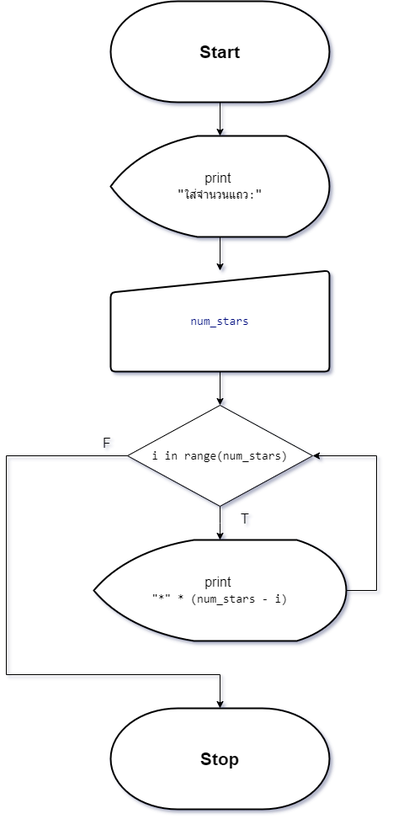
Before: asset/F_png_file/sp_3.drawio.png, a diagram exported from draw.io (TeaplusSsuwan/graphic_code). Source tidied: cells renumbered, new cells last; positions are measured from the earlier drawing's top-left corner, leaving out a move shared by most shapes.
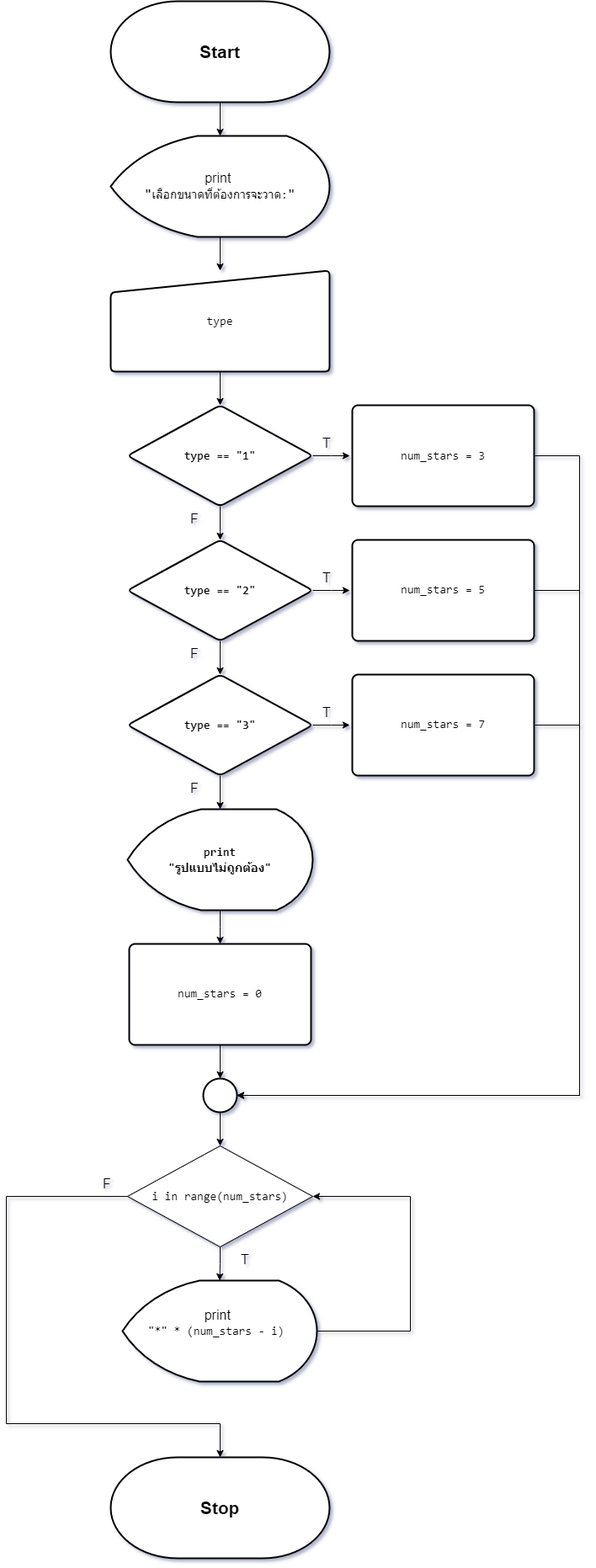
The same diagram one commit later.

What changed in the source:
```diff
@@ -8,54 +8,163 @@
     <mxCell id="3" style="edgeStyle=orthogonalEdgeStyle;rounded=0;jettySize=auto;html=1;entryX=0.5;entryY=0;entryDx=0;entryDy=0;" parent="1" edge="1" source="4" target="7">
       <mxGeometry relative="1" as="geometry" />
     </mxCell>
-    <mxCell id="4" value="&lt;font style=&quot;font-size: 16px;&quot;&gt;print&amp;nbsp;&lt;/font&gt;&lt;div&gt;&lt;span style=&quot;font-family: Consolas, &amp;quot;Courier New&amp;quot;, monospace; white-space: pre;&quot;&gt;&lt;font style=&quot;font-size: 16px;&quot;&gt;&quot;&lt;/font&gt;&lt;/span&gt;&lt;span style=&quot;background-color: rgb(255, 255, 255); font-family: Consolas, &amp;quot;Courier New&amp;quot;, monospace; font-size: 14px; white-space: pre;&quot;&gt;ใส่จำนวนแถว:&lt;/span&gt;&lt;span style=&quot;font-family: Consolas, &amp;quot;Courier New&amp;quot;, monospace; font-size: 16px; white-space: pre; background-color: initial;&quot;&gt;&quot;&lt;/span&gt;&lt;br&gt;&lt;/div&gt;" style="strokeWidth=2;html=1;shape=mxgraph.flowchart.display;whiteSpace=wrap;" parent="1" vertex="1">
+    <mxCell id="4" value="&lt;font style=&quot;font-size: 16px;&quot;&gt;print&amp;nbsp;&lt;/font&gt;&lt;div&gt;&lt;span style=&quot;font-family: Consolas, &amp;quot;Courier New&amp;quot;, monospace; white-space: pre;&quot;&gt;&lt;font style=&quot;font-size: 16px;&quot;&gt;&quot;&lt;/font&gt;&lt;/span&gt;&lt;span style=&quot;font-family: Consolas, &amp;quot;Courier New&amp;quot;, monospace; font-size: 14px; white-space: pre;&quot;&gt;เลือกขนาดที่ต้องการจะวาด&lt;/span&gt;&lt;span style=&quot;font-family: Consolas, &amp;quot;Courier New&amp;quot;, monospace; font-size: 14px; white-space: pre;&quot;&gt;:&lt;/span&gt;&lt;span style=&quot;font-family: Consolas, &amp;quot;Courier New&amp;quot;, monospace; font-size: 16px; white-space: pre;&quot;&gt;&quot;&lt;/span&gt;&lt;br&gt;&lt;/div&gt;" style="strokeWidth=2;html=1;shape=mxgraph.flowchart.display;whiteSpace=wrap;" parent="1" vertex="1">
       <mxGeometry x="124" y="160" width="260" height="120" as="geometry" />
     </mxCell>
     <mxCell id="5" style="edgeStyle=orthogonalEdgeStyle;rounded=0;jettySize=auto;html=1;entryX=0.5;entryY=0;entryDx=0;entryDy=0;entryPerimeter=0;" parent="1" edge="1" source="2" target="4">
       <mxGeometry relative="1" as="geometry" />
     </mxCell>
-    <mxCell id="6" style="edgeStyle=orthogonalEdgeStyle;rounded=0;jettySize=auto;html=1;" parent="1" edge="1" source="7" target="12">
-      <mxGeometry relative="1" as="geometry" />
-    </mxCell>
+    <mxCell id="16" style="edgeStyle=orthogonalEdgeStyle;rounded=0;jettySize=auto;html=1;" parent="1" edge="1" source="7" target="19">
+      <mxGeometry relative="1" as="geometry" />
+    </mxCell>
-    <mxCell id="7" value="&lt;div style=&quot;font-size: 16px;&quot;&gt;&lt;div style=&quot;font-family: Consolas, &amp;quot;Courier New&amp;quot;, monospace; font-size: 14px; line-height: 19px; white-space: pre;&quot;&gt;&lt;div style=&quot;background-color: rgb(255, 255, 255); line-height: 19px;&quot;&gt;&lt;span style=&quot;color: #001080;&quot;&gt;num_stars&lt;/span&gt;&lt;/div&gt;&lt;/div&gt;&lt;/div&gt;" style="html=1;strokeWidth=2;shape=manualInput;whiteSpace=wrap;rounded=1;size=26;arcSize=11;" parent="1" vertex="1">
+    <mxCell id="7" value="&lt;div style=&quot;font-size: 16px;&quot;&gt;&lt;div style=&quot;font-family: Consolas, &amp;quot;Courier New&amp;quot;, monospace; font-size: 14px; line-height: 19px; white-space: pre;&quot;&gt;&lt;div style=&quot;line-height: 19px;&quot;&gt;&lt;div style=&quot;line-height: 19px;&quot;&gt;type&lt;/div&gt;&lt;/div&gt;&lt;/div&gt;&lt;/div&gt;" style="html=1;strokeWidth=2;shape=manualInput;whiteSpace=wrap;rounded=1;size=26;arcSize=11;" parent="1" vertex="1">
       <mxGeometry x="124" y="320" width="260" height="120" as="geometry" />
     </mxCell>
-    <mxCell id="8" style="edgeStyle=orthogonalEdgeStyle;rounded=0;jettySize=auto;html=1;entryX=1;entryY=0.5;entryDx=0;entryDy=0;" parent="1" edge="1" source="9" target="12">
-      <mxGeometry relative="1" as="geometry">
-        <Array as="points">
-          <mxPoint x="440" y="700" />
-          <mxPoint x="440" y="540" />
-        </Array>
-      </mxGeometry>
-    </mxCell>
-    <mxCell id="9" value="&lt;font style=&quot;font-size: 16px;&quot;&gt;print&amp;nbsp;&lt;/font&gt;&lt;div&gt;&lt;div style=&quot;font-family: Consolas, &amp;quot;Courier New&amp;quot;, monospace; font-size: 14px; line-height: 19px; white-space: pre;&quot;&gt;&lt;div style=&quot;line-height: 19px;&quot;&gt;&quot;*&quot; * (num_stars - i)&lt;/div&gt;&lt;/div&gt;&lt;/div&gt;" style="strokeWidth=2;html=1;shape=mxgraph.flowchart.display;whiteSpace=wrap;" parent="1" vertex="1">
-      <mxGeometry x="104" y="640" width="300" height="120" as="geometry" />
-    </mxCell>
     <mxCell id="10" value="&lt;font style=&quot;font-size: 21px;&quot;&gt;&lt;b&gt;Stop&lt;/b&gt;&lt;/font&gt;" style="strokeWidth=2;html=1;shape=mxgraph.flowchart.terminator;whiteSpace=wrap;" parent="1" vertex="1">
-      <mxGeometry x="124" y="840" width="260" height="120" as="geometry" />
+      <mxGeometry x="124" y="1730" width="260" height="120" as="geometry" />
     </mxCell>
-    <mxCell id="11" style="edgeStyle=orthogonalEdgeStyle;rounded=0;jettySize=auto;html=1;" parent="1" edge="1" source="12">
-      <mxGeometry relative="1" as="geometry">
-        <mxPoint x="254" y="640" as="targetPoint" />
-      </mxGeometry>
+    <mxCell id="11" style="edgeStyle=orthogonalEdgeStyle;rounded=0;jettySize=auto;html=1;" parent="1" edge="1" source="12" target="9">
+      <mxGeometry relative="1" as="geometry" />
     </mxCell>
     <mxCell id="12" value="&lt;div style=&quot;background-color: rgb(255, 255, 255); font-family: Consolas, &amp;quot;Courier New&amp;quot;, monospace; font-size: 14px; line-height: 19px; white-space: pre;&quot;&gt;i in range(num_stars)&lt;/div&gt;" style="rhombus;whiteSpace=wrap;html=1;" parent="1" vertex="1">
-      <mxGeometry x="144" y="480" width="220" height="120" as="geometry" />
+      <mxGeometry x="144" y="1360" width="220" height="120" as="geometry" />
     </mxCell>
+    <mxCell id="8" style="edgeStyle=orthogonalEdgeStyle;rounded=0;jettySize=auto;html=1;entryX=1;entryY=0.5;entryDx=0;entryDy=0;" parent="1" edge="1" source="9" target="12">
+      <mxGeometry relative="1" as="geometry">
+        <Array as="points">
+          <mxPoint x="480" y="1580" />
+          <mxPoint x="480" y="1420" />
+        </Array>
+      </mxGeometry>
+    </mxCell>
+    <mxCell id="9" value="&lt;font style=&quot;font-size: 16px;&quot;&gt;print&amp;nbsp;&lt;/font&gt;&lt;div&gt;&lt;div style=&quot;font-family: Consolas, &amp;quot;Courier New&amp;quot;, monospace; font-size: 14px; line-height: 19px; white-space: pre;&quot;&gt;&quot;*&quot; * (num_stars - i) &lt;br&gt;&lt;/div&gt;&lt;div style=&quot;font-family: Consolas, &amp;quot;Courier New&amp;quot;, monospace; font-size: 14px; line-height: 19px; white-space: pre;&quot;&gt; &lt;/div&gt;&lt;/div&gt;" style="strokeWidth=2;html=1;shape=mxgraph.flowchart.display;whiteSpace=wrap;" parent="1" vertex="1">
+      <mxGeometry x="138" y="1520" width="231" height="120" as="geometry" />
+    </mxCell>
     <mxCell id="13" style="edgeStyle=orthogonalEdgeStyle;rounded=0;jettySize=auto;html=1;entryX=0.5;entryY=0;entryDx=0;entryDy=0;entryPerimeter=0;exitX=0;exitY=0.5;exitDx=0;exitDy=0;" parent="1" edge="1" source="12" target="10">
       <mxGeometry relative="1" as="geometry">
         <Array as="points">
-          <mxPoint y="540" />
-          <mxPoint y="800" />
-          <mxPoint x="254" y="800" />
+          <mxPoint y="1420" />
+          <mxPoint y="1690" />
+          <mxPoint x="254" y="1690" />
         </Array>
       </mxGeometry>
     </mxCell>
     <mxCell id="14" value="T" style="text;html=1;align=center;verticalAlign=middle;whiteSpace=wrap;rounded=0;fontSize=16;fontStyle=0;" parent="1" vertex="1">
-      <mxGeometry x="254" y="600" width="60" height="30" as="geometry" />
+      <mxGeometry x="254" y="1480" width="60" height="30" as="geometry" />
     </mxCell>
     <mxCell id="15" value="F" style="text;html=1;align=center;verticalAlign=middle;whiteSpace=wrap;rounded=0;fontSize=16;fontStyle=0;" parent="1" vertex="1">
-      <mxGeometry x="90" y="510" width="60" height="30" as="geometry" />
+      <mxGeometry x="90" y="1390" width="60" height="30" as="geometry" />
     </mxCell>
+    <mxCell id="17" style="edgeStyle=orthogonalEdgeStyle;rounded=0;jettySize=auto;html=1;labelBackgroundColor=none;fontColor=default;fontSize=14;fontStyle=1;exitX=1;exitY=0;exitDx=0;exitDy=0;" parent="1" edge="1" source="36" target="22">
+      <mxGeometry relative="1" as="geometry">
+        <Array as="points">
+          <mxPoint x="254" y="630" />
+          <mxPoint x="254" y="630" />
+        </Array>
+      </mxGeometry>
+    </mxCell>
+    <mxCell id="18" style="edgeStyle=orthogonalEdgeStyle;rounded=0;jettySize=auto;html=1;labelBackgroundColor=none;fontColor=default;fontSize=14;fontStyle=1;" parent="1" edge="1" source="19">
+      <mxGeometry relative="1" as="geometry">
+        <mxPoint x="408" y="540" as="targetPoint" />
+      </mxGeometry>
+    </mxCell>
+    <mxCell id="19" value="&lt;br style=&quot;font-size: 14px;&quot;&gt;&lt;div style=&quot;font-family: Consolas, &amp;quot;Courier New&amp;quot;, monospace; font-size: 14px; line-height: 19px; white-space: pre;&quot;&gt;&lt;div style=&quot;font-size: 14px;&quot;&gt;&lt;span style=&quot;font-size: 14px;&quot;&gt;type&lt;/span&gt;&lt;span style=&quot;font-size: 14px;&quot;&gt; == &lt;/span&gt;&lt;span style=&quot;font-size: 14px;&quot;&gt;&quot;1&quot;&lt;/span&gt;&lt;/div&gt;&lt;/div&gt;&lt;div style=&quot;font-size: 14px;&quot;&gt;&lt;br style=&quot;font-size: 14px;&quot;&gt;&lt;/div&gt;" style="rhombus;whiteSpace=wrap;html=1;strokeWidth=2;rounded=1;arcSize=11;labelBackgroundColor=none;fontColor=default;fontSize=14;fontStyle=1;" parent="1" vertex="1">
+      <mxGeometry x="144" y="480" width="220" height="120" as="geometry" />
+    </mxCell>
+    <mxCell id="20" style="edgeStyle=orthogonalEdgeStyle;rounded=0;jettySize=auto;html=1;labelBackgroundColor=none;fontColor=default;fontSize=14;fontStyle=1;" parent="1" edge="1" source="22" target="25">
+      <mxGeometry relative="1" as="geometry" />
+    </mxCell>
+    <mxCell id="21" style="edgeStyle=orthogonalEdgeStyle;rounded=0;jettySize=auto;html=1;labelBackgroundColor=none;fontColor=default;fontSize=14;fontStyle=1;" parent="1" edge="1" source="22">
+      <mxGeometry relative="1" as="geometry">
+        <mxPoint x="408" y="700" as="targetPoint" />
+      </mxGeometry>
+    </mxCell>
+    <mxCell id="22" value="&lt;br style=&quot;font-size: 14px;&quot;&gt;&lt;div style=&quot;font-family: Consolas, &amp;quot;Courier New&amp;quot;, monospace; font-size: 14px; line-height: 19px; white-space: pre;&quot;&gt;&lt;div style=&quot;font-size: 14px;&quot;&gt;&lt;span style=&quot;font-size: 14px;&quot;&gt;type&lt;/span&gt;&lt;span style=&quot;font-size: 14px;&quot;&gt; == &lt;/span&gt;&lt;span style=&quot;font-size: 14px;&quot;&gt;&quot;2&quot;&lt;/span&gt;&lt;/div&gt;&lt;/div&gt;&lt;div style=&quot;font-size: 14px;&quot;&gt;&lt;br style=&quot;font-size: 14px;&quot;&gt;&lt;/div&gt;" style="rhombus;whiteSpace=wrap;html=1;strokeWidth=2;rounded=1;arcSize=11;labelBackgroundColor=none;fontColor=default;fontSize=14;fontStyle=1;" parent="1" vertex="1">
+      <mxGeometry x="144" y="640" width="220" height="120" as="geometry" />
+    </mxCell>
+    <mxCell id="23" style="edgeStyle=orthogonalEdgeStyle;rounded=0;jettySize=auto;html=1;labelBackgroundColor=none;fontColor=default;fontSize=14;fontStyle=1;" parent="1" edge="1" source="25">
+      <mxGeometry relative="1" as="geometry">
+        <mxPoint x="408" y="860" as="targetPoint" />
+      </mxGeometry>
+    </mxCell>
+    <mxCell id="24" style="edgeStyle=orthogonalEdgeStyle;rounded=0;jettySize=auto;html=1;" parent="1" edge="1" source="25" target="27">
+      <mxGeometry relative="1" as="geometry" />
+    </mxCell>
+    <mxCell id="25" value="&lt;br style=&quot;font-size: 14px;&quot;&gt;&lt;div style=&quot;font-family: Consolas, &amp;quot;Courier New&amp;quot;, monospace; font-size: 14px; line-height: 19px; white-space: pre;&quot;&gt;&lt;div style=&quot;font-size: 14px;&quot;&gt;&lt;span style=&quot;font-size: 14px;&quot;&gt;type&lt;/span&gt;&lt;span style=&quot;font-size: 14px;&quot;&gt; == &lt;/span&gt;&lt;span style=&quot;font-size: 14px;&quot;&gt;&quot;3&quot;&lt;/span&gt;&lt;/div&gt;&lt;/div&gt;&lt;div style=&quot;font-size: 14px;&quot;&gt;&lt;br style=&quot;font-size: 14px;&quot;&gt;&lt;/div&gt;" style="rhombus;whiteSpace=wrap;html=1;strokeWidth=2;rounded=1;arcSize=11;labelBackgroundColor=none;fontColor=default;fontSize=14;fontStyle=1;" parent="1" vertex="1">
+      <mxGeometry x="144" y="800" width="220" height="120" as="geometry" />
+    </mxCell>
+    <mxCell id="26" style="edgeStyle=orthogonalEdgeStyle;rounded=0;jettySize=auto;html=1;entryX=0.5;entryY=0;entryDx=0;entryDy=0;labelBackgroundColor=none;fontColor=default;fontSize=14;fontStyle=1;" parent="1" edge="1" source="27">
+      <mxGeometry relative="1" as="geometry">
+        <mxPoint x="254" y="1120" as="targetPoint" />
+      </mxGeometry>
+    </mxCell>
+    <mxCell id="27" value="&lt;div style=&quot;font-family: Consolas, &amp;quot;Courier New&amp;quot;, monospace; font-size: 14px; line-height: 19px; white-space: pre;&quot;&gt;&lt;div style=&quot;line-height: 19px; font-size: 14px;&quot;&gt;&lt;span style=&quot;font-size: 14px;&quot;&gt;print&lt;/span&gt;&lt;/div&gt;&lt;/div&gt;&lt;div style=&quot;font-family: Consolas, &amp;quot;Courier New&amp;quot;, monospace; font-size: 14px; line-height: 19px; white-space: pre;&quot;&gt;&lt;span style=&quot;font-size: 14px;&quot;&gt;&quot;รูปแบบไม่ถูกต้อง&quot;&lt;/span&gt;&lt;/div&gt;" style="strokeWidth=2;html=1;shape=mxgraph.flowchart.display;whiteSpace=wrap;labelBackgroundColor=none;fontColor=default;fontSize=14;fontStyle=1;" parent="1" vertex="1">
+      <mxGeometry x="144" y="960" width="220" height="120" as="geometry" />
+    </mxCell>
+    <mxCell id="28" style="edgeStyle=orthogonalEdgeStyle;rounded=0;jettySize=auto;html=1;entryX=1;entryY=0.5;entryDx=0;entryDy=0;" parent="1" edge="1" target="32">
+      <mxGeometry relative="1" as="geometry">
+        <mxPoint x="628" y="540" as="sourcePoint" />
+        <Array as="points">
+          <mxPoint x="681" y="540" />
+          <mxPoint x="681" y="1300" />
+        </Array>
+      </mxGeometry>
+    </mxCell>
+    <mxCell id="29" style="edgeStyle=orthogonalEdgeStyle;rounded=0;jettySize=auto;html=1;entryX=1;entryY=0.5;entryDx=0;entryDy=0;exitX=1;exitY=0.5;exitDx=0;exitDy=0;" parent="1" edge="1" source="40" target="32">
+      <mxGeometry relative="1" as="geometry">
+        <Array as="points">
+          <mxPoint x="681" y="700" />
+          <mxPoint x="681" y="1300" />
+        </Array>
+      </mxGeometry>
+    </mxCell>
+    <mxCell id="30" style="edgeStyle=orthogonalEdgeStyle;rounded=0;jettySize=auto;html=1;entryX=1;entryY=0.5;entryDx=0;entryDy=0;" parent="1" edge="1" target="32">
+      <mxGeometry relative="1" as="geometry">
+        <mxPoint x="628" y="860" as="sourcePoint" />
+        <Array as="points">
+          <mxPoint x="681" y="860" />
+          <mxPoint x="681" y="1300" />
+        </Array>
+      </mxGeometry>
+    </mxCell>
+    <mxCell id="31" style="edgeStyle=orthogonalEdgeStyle;rounded=0;jettySize=auto;html=1;" parent="1" edge="1" source="32" target="12">
+      <mxGeometry relative="1" as="geometry" />
+    </mxCell>
+    <mxCell id="32" style="ellipse;whiteSpace=wrap;html=1;strokeWidth=2;labelBackgroundColor=none;fontColor=default;fontSize=14;fontStyle=1;" parent="1" vertex="1">
+      <mxGeometry x="234" y="1280" width="40" height="40" as="geometry" />
+    </mxCell>
+    <mxCell id="33" value="T" style="text;html=1;align=center;verticalAlign=middle;whiteSpace=wrap;rounded=0;fontSize=16;" parent="1" vertex="1">
+      <mxGeometry x="351" y="510" width="60" height="30" as="geometry" />
+    </mxCell>
+    <mxCell id="34" value="T" style="text;html=1;align=center;verticalAlign=middle;whiteSpace=wrap;rounded=0;fontSize=16;" parent="1" vertex="1">
+      <mxGeometry x="351" y="670" width="60" height="30" as="geometry" />
+    </mxCell>
+    <mxCell id="35" value="T" style="text;html=1;align=center;verticalAlign=middle;whiteSpace=wrap;rounded=0;fontSize=16;" parent="1" vertex="1">
+      <mxGeometry x="351" y="830" width="60" height="30" as="geometry" />
+    </mxCell>
+    <mxCell id="36" value="F" style="text;html=1;align=center;verticalAlign=middle;whiteSpace=wrap;rounded=0;fontSize=16;" parent="1" vertex="1">
+      <mxGeometry x="194" y="600" width="60" height="30" as="geometry" />
+    </mxCell>
+    <mxCell id="37" value="F" style="text;html=1;align=center;verticalAlign=middle;whiteSpace=wrap;rounded=0;fontSize=16;" parent="1" vertex="1">
+      <mxGeometry x="194" y="760" width="60" height="30" as="geometry" />
+    </mxCell>
+    <mxCell id="38" value="F" style="text;html=1;align=center;verticalAlign=middle;whiteSpace=wrap;rounded=0;fontSize=16;" parent="1" vertex="1">
+      <mxGeometry x="194" y="920" width="60" height="30" as="geometry" />
+    </mxCell>
+    <mxCell id="39" value="&lt;div style=&quot;font-family: Consolas, &amp;quot;Courier New&amp;quot;, monospace; font-size: 14px; line-height: 19px; white-space: pre;&quot;&gt;&lt;span style=&quot;background-color: rgb(255, 255, 255);&quot;&gt;num_stars = 3&lt;/span&gt;&lt;/div&gt;" style="rounded=1;whiteSpace=wrap;html=1;absoluteArcSize=1;arcSize=14;strokeWidth=2;" parent="1" vertex="1">
+      <mxGeometry x="411" y="480" width="216" height="120" as="geometry" />
+    </mxCell>
+    <mxCell id="40" value="&lt;span style=&quot;font-family: Consolas, &amp;quot;Courier New&amp;quot;, monospace; font-size: 14px; white-space: pre; background-color: rgb(255, 255, 255);&quot;&gt;num_stars&lt;/span&gt;&lt;span style=&quot;font-family: Consolas, &amp;quot;Courier New&amp;quot;, monospace; font-size: 14px; white-space: pre; background-color: rgb(255, 255, 255);&quot;&gt; = 5&lt;/span&gt;" style="rounded=1;whiteSpace=wrap;html=1;absoluteArcSize=1;arcSize=14;strokeWidth=2;" parent="1" vertex="1">
+      <mxGeometry x="411" y="640" width="216" height="120" as="geometry" />
+    </mxCell>
+    <mxCell id="41" value="&lt;span style=&quot;font-family: Consolas, &amp;quot;Courier New&amp;quot;, monospace; font-size: 14px; white-space: pre; background-color: rgb(255, 255, 255);&quot;&gt;num_stars&lt;/span&gt;&lt;span style=&quot;font-family: Consolas, &amp;quot;Courier New&amp;quot;, monospace; font-size: 14px; white-space: pre; background-color: rgb(255, 255, 255);&quot;&gt; = 7&lt;/span&gt;" style="rounded=1;whiteSpace=wrap;html=1;absoluteArcSize=1;arcSize=14;strokeWidth=2;" parent="1" vertex="1">
+      <mxGeometry x="411" y="800" width="216" height="120" as="geometry" />
+    </mxCell>
+    <mxCell id="42" style="edgeStyle=orthogonalEdgeStyle;rounded=0;jettySize=auto;html=1;" parent="1" edge="1" source="43" target="32">
+      <mxGeometry relative="1" as="geometry" />
+    </mxCell>
+    <mxCell id="43" value="&lt;span style=&quot;font-family: Consolas, &amp;quot;Courier New&amp;quot;, monospace; font-size: 14px; white-space: pre; background-color: rgb(255, 255, 255);&quot;&gt;num_stars&lt;/span&gt;&lt;span style=&quot;font-family: Consolas, &amp;quot;Courier New&amp;quot;, monospace; font-size: 14px; white-space: pre; background-color: rgb(255, 255, 255);&quot;&gt; = 0&lt;/span&gt;" style="rounded=1;whiteSpace=wrap;html=1;absoluteArcSize=1;arcSize=14;strokeWidth=2;" parent="1" vertex="1">
+      <mxGeometry x="146" y="1120" width="216" height="120" as="geometry" />
+    </mxCell>
   </root>
 </mxGraphModel>
```
